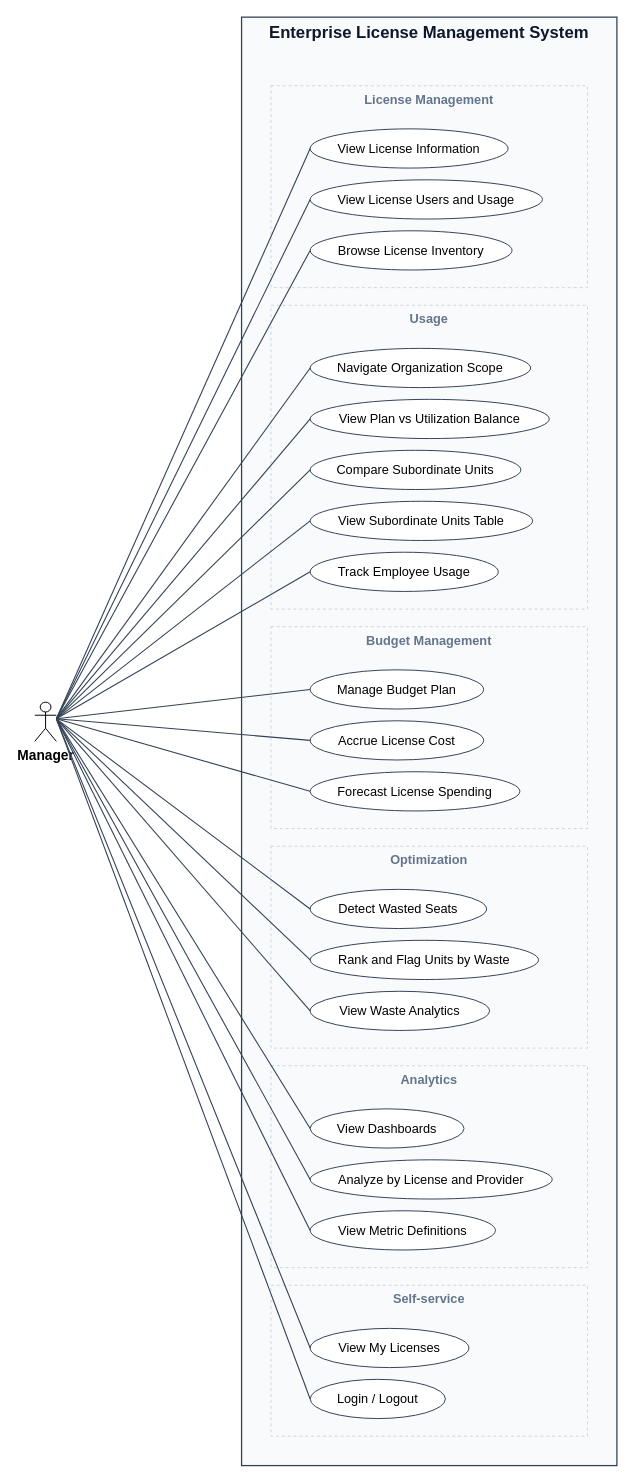
This is docs/diagrams/out/uc_manager.drawio from cuonglpv/VFast, a draw.io file, before an edit. Source tidied: cells renumbered, new cells numbered last; positions are measured from the earlier drawing's top-left corner, leaving out a move shared by most shapes. Both pictures are drawn from the tidied source at 98%, with x=0, y=0 at pixel (34, 17).
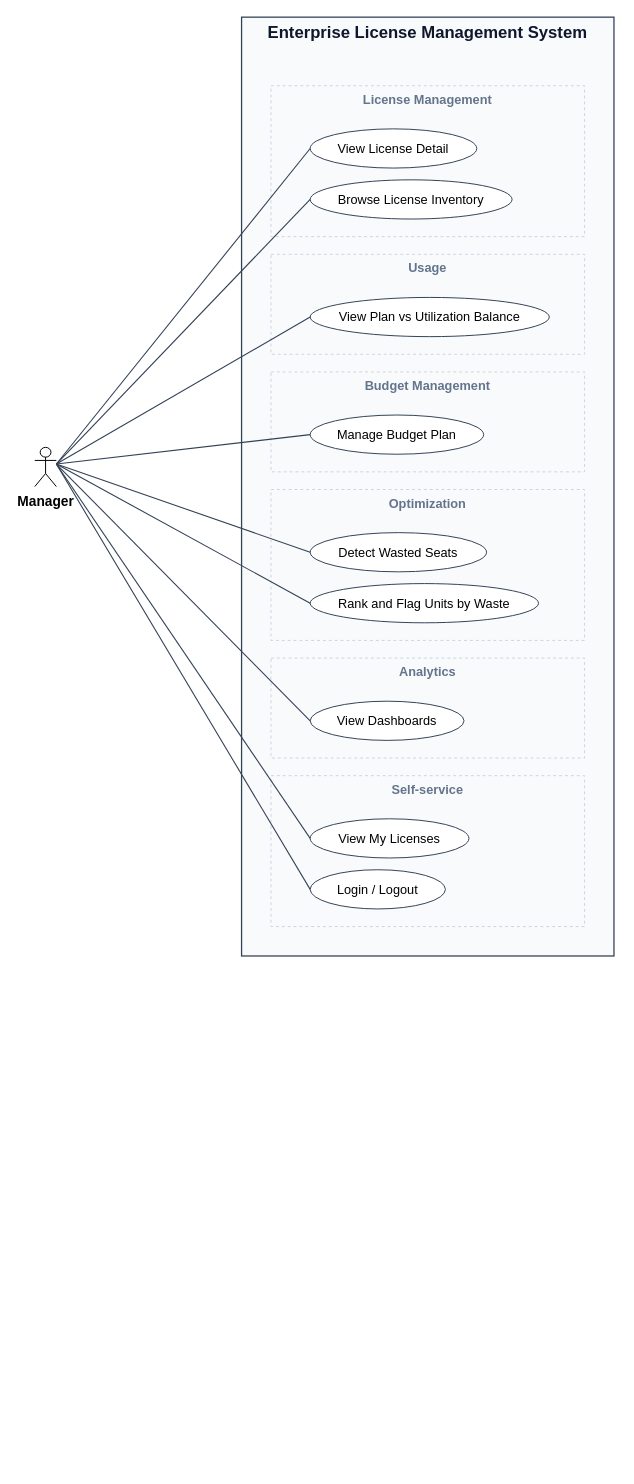
Above is the later version.

The edit, as a diff of the source:
```diff
@@
     <mxCell id="2" value="Enterprise License Management System" style="rounded=0;arcSize=0;absoluteArcSize=1;whiteSpace=wrap;html=1;fillColor=#F8FAFC;strokeColor=#334155;strokeWidth=1.3;fontSize=17;fontColor=#0f172a;align=center;verticalAlign=top;fontStyle=1;" parent="1" vertex="1">
-      <mxGeometry x="211" width="383" height="1478" as="geometry" />
+      <mxGeometry x="211" width="380" height="958" as="geometry" />
     </mxCell>
     <mxCell id="3" value="License Management" style="rounded=0;arcSize=0;absoluteArcSize=1;whiteSpace=wrap;html=1;fillColor=#F8FAFC;strokeColor=#CBD5E1;strokeWidth=1;fontSize=13;fontColor=#64748B;align=center;verticalAlign=top;dashed=1;fontStyle=1;" parent="1" vertex="1">
-      <mxGeometry x="241" y="70" width="323" height="206" as="geometry" />
+      <mxGeometry x="241" y="70" width="320" height="154" as="geometry" />
     </mxCell>
-    <mxCell id="4" value="View License Information" style="ellipse;whiteSpace=wrap;html=1;fillColor=#ffffff;strokeColor=#334155;fontSize=13;fontColor=#000000;" parent="1" vertex="1">
-      <mxGeometry x="281" y="114" width="202" height="40" as="geometry" />
+    <mxCell id="4" value="View License Detail" style="ellipse;whiteSpace=wrap;html=1;fillColor=#ffffff;strokeColor=#334155;fontSize=13;fontColor=#000000;" parent="1" vertex="1">
+      <mxGeometry x="281" y="114" width="170" height="40" as="geometry" />
     </mxCell>
-    <mxCell id="5" value="View License Users and Usage" style="ellipse;whiteSpace=wrap;html=1;fillColor=#ffffff;strokeColor=#334155;fontSize=13;fontColor=#000000;" parent="1" vertex="1">
-      <mxGeometry x="281" y="166" width="237" height="40" as="geometry" />
+    <mxCell id="5" value="Browse License Inventory" style="ellipse;whiteSpace=wrap;html=1;fillColor=#ffffff;strokeColor=#334155;fontSize=13;fontColor=#000000;" parent="1" vertex="1">
+      <mxGeometry x="281" y="166" width="206" height="40" as="geometry" />
     </mxCell>
-    <mxCell id="6" value="Browse License Inventory" style="ellipse;whiteSpace=wrap;html=1;fillColor=#ffffff;strokeColor=#334155;fontSize=13;fontColor=#000000;" parent="1" vertex="1">
-      <mxGeometry x="281" y="218" width="206" height="40" as="geometry" />
+    <mxCell id="6" value="Usage" style="rounded=0;arcSize=0;absoluteArcSize=1;whiteSpace=wrap;html=1;fillColor=#F8FAFC;strokeColor=#CBD5E1;strokeWidth=1;fontSize=13;fontColor=#64748B;align=center;verticalAlign=top;dashed=1;fontStyle=1;" parent="1" vertex="1">
+      <mxGeometry x="241" y="242" width="320" height="102" as="geometry" />
     </mxCell>
-    <mxCell id="7" value="Usage" style="rounded=0;arcSize=0;absoluteArcSize=1;whiteSpace=wrap;html=1;fillColor=#F8FAFC;strokeColor=#CBD5E1;strokeWidth=1;fontSize=13;fontColor=#64748B;align=center;verticalAlign=top;dashed=1;fontStyle=1;" parent="1" vertex="1">
-      <mxGeometry x="241" y="294" width="323" height="310" as="geometry" />
+    <mxCell id="7" value="View Plan vs Utilization Balance" style="ellipse;whiteSpace=wrap;html=1;fillColor=#ffffff;strokeColor=#334155;fontSize=13;fontColor=#000000;" parent="1" vertex="1">
+      <mxGeometry x="281" y="286" width="244" height="40" as="geometry" />
     </mxCell>
-    <mxCell id="8" value="Navigate Organization Scope" style="ellipse;whiteSpace=wrap;html=1;fillColor=#ffffff;strokeColor=#334155;fontSize=13;fontColor=#000000;" parent="1" vertex="1">
-      <mxGeometry x="281" y="338" width="225" height="40" as="geometry" />
+    <mxCell id="8" value="Budget Management" style="rounded=0;arcSize=0;absoluteArcSize=1;whiteSpace=wrap;html=1;fillColor=#F8FAFC;strokeColor=#CBD5E1;strokeWidth=1;fontSize=13;fontColor=#64748B;align=center;verticalAlign=top;dashed=1;fontStyle=1;" parent="1" vertex="1">
+      <mxGeometry x="241" y="362" width="320" height="102" as="geometry" />
     </mxCell>
-    <mxCell id="9" value="View Plan vs Utilization Balance" style="ellipse;whiteSpace=wrap;html=1;fillColor=#ffffff;strokeColor=#334155;fontSize=13;fontColor=#000000;" parent="1" vertex="1">
-      <mxGeometry x="281" y="390" width="244" height="40" as="geometry" />
+    <mxCell id="9" value="Manage Budget Plan" style="ellipse;whiteSpace=wrap;html=1;fillColor=#ffffff;strokeColor=#334155;fontSize=13;fontColor=#000000;" parent="1" vertex="1">
+      <mxGeometry x="281" y="406" width="177" height="40" as="geometry" />
     </mxCell>
-    <mxCell id="10" value="Compare Subordinate Units" style="ellipse;whiteSpace=wrap;html=1;fillColor=#ffffff;strokeColor=#334155;fontSize=13;fontColor=#000000;" parent="1" vertex="1">
-      <mxGeometry x="281" y="442" width="215" height="40" as="geometry" />
+    <mxCell id="10" value="Optimization" style="rounded=0;arcSize=0;absoluteArcSize=1;whiteSpace=wrap;html=1;fillColor=#F8FAFC;strokeColor=#CBD5E1;strokeWidth=1;fontSize=13;fontColor=#64748B;align=center;verticalAlign=top;dashed=1;fontStyle=1;" parent="1" vertex="1">
+      <mxGeometry x="241" y="482" width="320" height="154" as="geometry" />
     </mxCell>
-    <mxCell id="11" value="View Subordinate Units Table" style="ellipse;whiteSpace=wrap;html=1;fillColor=#ffffff;strokeColor=#334155;fontSize=13;fontColor=#000000;" parent="1" vertex="1">
-      <mxGeometry x="281" y="494" width="227" height="40" as="geometry" />
+    <mxCell id="11" value="Detect Wasted Seats" style="ellipse;whiteSpace=wrap;html=1;fillColor=#ffffff;strokeColor=#334155;fontSize=13;fontColor=#000000;" parent="1" vertex="1">
+      <mxGeometry x="281" y="526" width="180" height="40" as="geometry" />
     </mxCell>
-    <mxCell id="12" value="Track Employee Usage" style="ellipse;whiteSpace=wrap;html=1;fillColor=#ffffff;strokeColor=#334155;fontSize=13;fontColor=#000000;" parent="1" vertex="1">
-      <mxGeometry x="281" y="546" width="192" height="40" as="geometry" />
+    <mxCell id="12" value="Rank and Flag Units by Waste" style="ellipse;whiteSpace=wrap;html=1;fillColor=#ffffff;strokeColor=#334155;fontSize=13;fontColor=#000000;" parent="1" vertex="1">
+      <mxGeometry x="281" y="578" width="233" height="40" as="geometry" />
     </mxCell>
-    <mxCell id="13" value="Budget Management" style="rounded=0;arcSize=0;absoluteArcSize=1;whiteSpace=wrap;html=1;fillColor=#F8FAFC;strokeColor=#CBD5E1;strokeWidth=1;fontSize=13;fontColor=#64748B;align=center;verticalAlign=top;dashed=1;fontStyle=1;" parent="1" vertex="1">
-      <mxGeometry x="241" y="622" width="323" height="206" as="geometry" />
+    <mxCell id="13" value="Analytics" style="rounded=0;arcSize=0;absoluteArcSize=1;whiteSpace=wrap;html=1;fillColor=#F8FAFC;strokeColor=#CBD5E1;strokeWidth=1;fontSize=13;fontColor=#64748B;align=center;verticalAlign=top;dashed=1;fontStyle=1;" parent="1" vertex="1">
+      <mxGeometry x="241" y="654" width="320" height="102" as="geometry" />
     </mxCell>
-    <mxCell id="14" value="Manage Budget Plan" style="ellipse;whiteSpace=wrap;html=1;fillColor=#ffffff;strokeColor=#334155;fontSize=13;fontColor=#000000;" parent="1" vertex="1">
-      <mxGeometry x="281" y="666" width="177" height="40" as="geometry" />
+    <mxCell id="14" value="View Dashboards" style="ellipse;whiteSpace=wrap;html=1;fillColor=#ffffff;strokeColor=#334155;fontSize=13;fontColor=#000000;" parent="1" vertex="1">
+      <mxGeometry x="281" y="698" width="157" height="40" as="geometry" />
     </mxCell>
-    <mxCell id="15" value="Accrue License Cost" style="ellipse;whiteSpace=wrap;html=1;fillColor=#ffffff;strokeColor=#334155;fontSize=13;fontColor=#000000;" parent="1" vertex="1">
-      <mxGeometry x="281" y="718" width="177" height="40" as="geometry" />
+    <mxCell id="15" value="Self-service" style="rounded=0;arcSize=0;absoluteArcSize=1;whiteSpace=wrap;html=1;fillColor=#F8FAFC;strokeColor=#CBD5E1;strokeWidth=1;fontSize=13;fontColor=#64748B;align=center;verticalAlign=top;dashed=1;fontStyle=1;" parent="1" vertex="1">
+      <mxGeometry x="241" y="774" width="320" height="154" as="geometry" />
     </mxCell>
-    <mxCell id="16" value="Forecast License Spending" style="ellipse;whiteSpace=wrap;html=1;fillColor=#ffffff;strokeColor=#334155;fontSize=13;fontColor=#000000;" parent="1" vertex="1">
-      <mxGeometry x="281" y="770" width="214" height="40" as="geometry" />
+    <mxCell id="16" value="View My Licenses" style="ellipse;whiteSpace=wrap;html=1;fillColor=#ffffff;strokeColor=#334155;fontSize=13;fontColor=#000000;" parent="1" vertex="1">
+      <mxGeometry x="281" y="818" width="162" height="40" as="geometry" />
     </mxCell>
-    <mxCell id="17" value="Optimization" style="rounded=0;arcSize=0;absoluteArcSize=1;whiteSpace=wrap;html=1;fillColor=#F8FAFC;strokeColor=#CBD5E1;strokeWidth=1;fontSize=13;fontColor=#64748B;align=center;verticalAlign=top;dashed=1;fontStyle=1;" parent="1" vertex="1">
-      <mxGeometry x="241" y="846" width="323" height="206" as="geometry" />
+    <mxCell id="17" value="Login / Logout" style="ellipse;whiteSpace=wrap;html=1;fillColor=#ffffff;strokeColor=#334155;fontSize=13;fontColor=#000000;" parent="1" vertex="1">
+      <mxGeometry x="281" y="870" width="138" height="40" as="geometry" />
     </mxCell>
-    <mxCell id="18" value="Detect Wasted Seats" style="ellipse;whiteSpace=wrap;html=1;fillColor=#ffffff;strokeColor=#334155;fontSize=13;fontColor=#000000;" parent="1" vertex="1">
-      <mxGeometry x="281" y="890" width="180" height="40" as="geometry" />
+    <mxCell id="18" value="Manager" style="shape=umlActor;html=1;verticalLabelPosition=bottom;verticalAlign=top;labelPosition=center;align=center;fontSize=14;fontStyle=1;" parent="1" vertex="1">
+      <mxGeometry y="439" width="22" height="40" as="geometry" />
     </mxCell>
-    <mxCell id="19" value="Rank and Flag Units by Waste" style="ellipse;whiteSpace=wrap;html=1;fillColor=#ffffff;strokeColor=#334155;fontSize=13;fontColor=#000000;" parent="1" vertex="1">
-      <mxGeometry x="281" y="942" width="233" height="40" as="geometry" />
+    <mxCell id="19" style="html=1;rounded=0;endArrow=none;endFill=0;startArrow=none;startFill=0;strokeColor=#334155;strokeWidth=1.1;" parent="1" edge="1">
+      <mxGeometry relative="1" as="geometry">
+        <mxPoint x="22" y="456" as="sourcePoint" />
+        <mxPoint x="281" y="134" as="targetPoint" />
+      </mxGeometry>
     </mxCell>
-    <mxCell id="20" value="View Waste Analytics" style="ellipse;whiteSpace=wrap;html=1;fillColor=#ffffff;strokeColor=#334155;fontSize=13;fontColor=#000000;" parent="1" vertex="1">
-      <mxGeometry x="281" y="994" width="183" height="40" as="geometry" />
+    <mxCell id="20" style="html=1;rounded=0;endArrow=none;endFill=0;startArrow=none;startFill=0;strokeColor=#334155;strokeWidth=1.1;" parent="1" edge="1">
+      <mxGeometry relative="1" as="geometry">
+        <mxPoint x="22" y="456" as="sourcePoint" />
+        <mxPoint x="281" y="186" as="targetPoint" />
+      </mxGeometry>
     </mxCell>
-    <mxCell id="21" value="Analytics" style="rounded=0;arcSize=0;absoluteArcSize=1;whiteSpace=wrap;html=1;fillColor=#F8FAFC;strokeColor=#CBD5E1;strokeWidth=1;fontSize=13;fontColor=#64748B;align=center;verticalAlign=top;dashed=1;fontStyle=1;" parent="1" vertex="1">
-      <mxGeometry x="241" y="1070" width="323" height="206" as="geometry" />
+    <mxCell id="21" style="html=1;rounded=0;endArrow=none;endFill=0;startArrow=none;startFill=0;strokeColor=#334155;strokeWidth=1.1;" parent="1" edge="1">
+      <mxGeometry relative="1" as="geometry">
+        <mxPoint x="22" y="456" as="sourcePoint" />
+        <mxPoint x="281" y="306" as="targetPoint" />
+      </mxGeometry>
     </mxCell>
-    <mxCell id="22" value="View Dashboards" style="ellipse;whiteSpace=wrap;html=1;fillColor=#ffffff;strokeColor=#334155;fontSize=13;fontColor=#000000;" parent="1" vertex="1">
-      <mxGeometry x="281" y="1114" width="157" height="40" as="geometry" />
+    <mxCell id="22" style="html=1;rounded=0;endArrow=none;endFill=0;startArrow=none;startFill=0;strokeColor=#334155;strokeWidth=1.1;" parent="1" edge="1">
+      <mxGeometry relative="1" as="geometry">
+        <mxPoint x="22" y="456" as="sourcePoint" />
+        <mxPoint x="281" y="426" as="targetPoint" />
+      </mxGeometry>
     </mxCell>
-    <mxCell id="23" value="Analyze by License and Provider" style="ellipse;whiteSpace=wrap;html=1;fillColor=#ffffff;strokeColor=#334155;fontSize=13;fontColor=#000000;" parent="1" vertex="1">
-      <mxGeometry x="281" y="1166" width="247" height="40" as="geometry" />
+    <mxCell id="23" style="html=1;rounded=0;endArrow=none;endFill=0;startArrow=none;startFill=0;strokeColor=#334155;strokeWidth=1.1;" parent="1" edge="1">
+      <mxGeometry relative="1" as="geometry">
+        <mxPoint x="22" y="456" as="sourcePoint" />
+        <mxPoint x="281" y="546" as="targetPoint" />
+      </mxGeometry>
     </mxCell>
-    <mxCell id="24" value="View Metric Definitions" style="ellipse;whiteSpace=wrap;html=1;fillColor=#ffffff;strokeColor=#334155;fontSize=13;fontColor=#000000;" parent="1" vertex="1">
-      <mxGeometry x="281" y="1218" width="189" height="40" as="geometry" />
+    <mxCell id="24" style="html=1;rounded=0;endArrow=none;endFill=0;startArrow=none;startFill=0;strokeColor=#334155;strokeWidth=1.1;" parent="1" edge="1">
+      <mxGeometry relative="1" as="geometry">
+        <mxPoint x="22" y="456" as="sourcePoint" />
+        <mxPoint x="281" y="598" as="targetPoint" />
+      </mxGeometry>
     </mxCell>
-    <mxCell id="25" value="Self-service" style="rounded=0;arcSize=0;absoluteArcSize=1;whiteSpace=wrap;html=1;fillColor=#F8FAFC;strokeColor=#CBD5E1;strokeWidth=1;fontSize=13;fontColor=#64748B;align=center;verticalAlign=top;dashed=1;fontStyle=1;" parent="1" vertex="1">
-      <mxGeometry x="241" y="1294" width="323" height="154" as="geometry" />
+    <mxCell id="25" style="html=1;rounded=0;endArrow=none;endFill=0;startArrow=none;startFill=0;strokeColor=#334155;strokeWidth=1.1;" parent="1" edge="1">
+      <mxGeometry relative="1" as="geometry">
+        <mxPoint x="22" y="456" as="sourcePoint" />
+        <mxPoint x="281" y="718" as="targetPoint" />
+      </mxGeometry>
     </mxCell>
-    <mxCell id="26" value="View My Licenses" style="ellipse;whiteSpace=wrap;html=1;fillColor=#ffffff;strokeColor=#334155;fontSize=13;fontColor=#000000;" parent="1" vertex="1">
-      <mxGeometry x="281" y="1338" width="162" height="40" as="geometry" />
+    <mxCell id="26" style="html=1;rounded=0;endArrow=none;endFill=0;startArrow=none;startFill=0;strokeColor=#334155;strokeWidth=1.1;" parent="1" edge="1">
+      <mxGeometry relative="1" as="geometry">
+        <mxPoint x="22" y="456" as="sourcePoint" />
+        <mxPoint x="281" y="838" as="targetPoint" />
+      </mxGeometry>
     </mxCell>
-    <mxCell id="27" value="Login / Logout" style="ellipse;whiteSpace=wrap;html=1;fillColor=#ffffff;strokeColor=#334155;fontSize=13;fontColor=#000000;" parent="1" vertex="1">
-      <mxGeometry x="281" y="1390" width="138" height="40" as="geometry" />
+    <mxCell id="27" style="html=1;rounded=0;endArrow=none;endFill=0;startArrow=none;startFill=0;strokeColor=#334155;strokeWidth=1.1;" parent="1" edge="1">
+      <mxGeometry relative="1" as="geometry">
+        <mxPoint x="22" y="456" as="sourcePoint" />
+        <mxPoint x="281" y="890" as="targetPoint" />
+      </mxGeometry>
     </mxCell>
-    <mxCell id="28" value="Manager" style="shape=umlActor;html=1;verticalLabelPosition=bottom;verticalAlign=top;labelPosition=center;align=center;fontSize=14;fontStyle=1;" parent="1" vertex="1">
-      <mxGeometry y="699" width="22" height="40" as="geometry" />
-    </mxCell>
-    <mxCell id="29" style="html=1;rounded=0;endArrow=none;endFill=0;startArrow=none;startFill=0;strokeColor=#334155;strokeWidth=1.1;" parent="1" edge="1">
-      <mxGeometry relative="1" as="geometry">
-        <mxPoint x="22" y="716" as="sourcePoint" />
-        <mxPoint x="281" y="134" as="targetPoint" />
-      </mxGeometry>
-    </mxCell>
-    <mxCell id="30" style="html=1;rounded=0;endArrow=none;endFill=0;startArrow=none;startFill=0;strokeColor=#334155;strokeWidth=1.1;" parent="1" edge="1">
-      <mxGeometry relative="1" as="geometry">
-        <mxPoint x="22" y="716" as="sourcePoint" />
-        <mxPoint x="281" y="186" as="targetPoint" />
-      </mxGeometry>
-    </mxCell>
-    <mxCell id="31" style="html=1;rounded=0;endArrow=none;endFill=0;startArrow=none;startFill=0;strokeColor=#334155;strokeWidth=1.1;" parent="1" edge="1">
-      <mxGeometry relative="1" as="geometry">
-        <mxPoint x="22" y="716" as="sourcePoint" />
-        <mxPoint x="281" y="238" as="targetPoint" />
-      </mxGeometry>
-    </mxCell>
-    <mxCell id="32" style="html=1;rounded=0;endArrow=none;endFill=0;startArrow=none;startFill=0;strokeColor=#334155;strokeWidth=1.1;" parent="1" edge="1">
-      <mxGeometry relative="1" as="geometry">
-        <mxPoint x="22" y="716" as="sourcePoint" />
-        <mxPoint x="281" y="358" as="targetPoint" />
-      </mxGeometry>
-    </mxCell>
-    <mxCell id="33" style="html=1;rounded=0;endArrow=none;endFill=0;startArrow=none;startFill=0;strokeColor=#334155;strokeWidth=1.1;" parent="1" edge="1">
-      <mxGeometry relative="1" as="geometry">
-        <mxPoint x="22" y="716" as="sourcePoint" />
-        <mxPoint x="281" y="410" as="targetPoint" />
-      </mxGeometry>
-    </mxCell>
-    <mxCell id="34" style="html=1;rounded=0;endArrow=none;endFill=0;startArrow=none;startFill=0;strokeColor=#334155;strokeWidth=1.1;" parent="1" edge="1">
-      <mxGeometry relative="1" as="geometry">
-        <mxPoint x="22" y="716" as="sourcePoint" />
-        <mxPoint x="281" y="462" as="targetPoint" />
-      </mxGeometry>
-    </mxCell>
-    <mxCell id="35" style="html=1;rounded=0;endArrow=none;endFill=0;startArrow=none;startFill=0;strokeColor=#334155;strokeWidth=1.1;" parent="1" edge="1">
-      <mxGeometry relative="1" as="geometry">
-        <mxPoint x="22" y="716" as="sourcePoint" />
-        <mxPoint x="281" y="514" as="targetPoint" />
-      </mxGeometry>
-    </mxCell>
-    <mxCell id="36" style="html=1;rounded=0;endArrow=none;endFill=0;startArrow=none;startFill=0;strokeColor=#334155;strokeWidth=1.1;" parent="1" edge="1">
-      <mxGeometry relative="1" as="geometry">
-        <mxPoint x="22" y="716" as="sourcePoint" />
-        <mxPoint x="281" y="566" as="targetPoint" />
-      </mxGeometry>
-    </mxCell>
-    <mxCell id="37" style="html=1;rounded=0;endArrow=none;endFill=0;startArrow=none;startFill=0;strokeColor=#334155;strokeWidth=1.1;" parent="1" edge="1">
-      <mxGeometry relative="1" as="geometry">
-        <mxPoint x="22" y="716" as="sourcePoint" />
-        <mxPoint x="281" y="686" as="targetPoint" />
-      </mxGeometry>
-    </mxCell>
-    <mxCell id="38" style="html=1;rounded=0;endArrow=none;endFill=0;startArrow=none;startFill=0;strokeColor=#334155;strokeWidth=1.1;" parent="1" edge="1">
-      <mxGeometry relative="1" as="geometry">
-        <mxPoint x="22" y="716" as="sourcePoint" />
-        <mxPoint x="281" y="738" as="targetPoint" />
-      </mxGeometry>
-    </mxCell>
-    <mxCell id="39" style="html=1;rounded=0;endArrow=none;endFill=0;startArrow=none;startFill=0;strokeColor=#334155;strokeWidth=1.1;" parent="1" edge="1">
-      <mxGeometry relative="1" as="geometry">
-        <mxPoint x="22" y="716" as="sourcePoint" />
-        <mxPoint x="281" y="790" as="targetPoint" />
-      </mxGeometry>
-    </mxCell>
-    <mxCell id="40" style="html=1;rounded=0;endArrow=none;endFill=0;startArrow=none;startFill=0;strokeColor=#334155;strokeWidth=1.1;" parent="1" edge="1">
-      <mxGeometry relative="1" as="geometry">
-        <mxPoint x="22" y="716" as="sourcePoint" />
-        <mxPoint x="281" y="910" as="targetPoint" />
-      </mxGeometry>
-    </mxCell>
-    <mxCell id="41" style="html=1;rounded=0;endArrow=none;endFill=0;startArrow=none;startFill=0;strokeColor=#334155;strokeWidth=1.1;" parent="1" edge="1">
-      <mxGeometry relative="1" as="geometry">
-        <mxPoint x="22" y="716" as="sourcePoint" />
-        <mxPoint x="281" y="962" as="targetPoint" />
-      </mxGeometry>
-    </mxCell>
-    <mxCell id="42" style="html=1;rounded=0;endArrow=none;endFill=0;startArrow=none;startFill=0;strokeColor=#334155;strokeWidth=1.1;" parent="1" edge="1">
-      <mxGeometry relative="1" as="geometry">
-        <mxPoint x="22" y="716" as="sourcePoint" />
-        <mxPoint x="281" y="1014" as="targetPoint" />
-      </mxGeometry>
-    </mxCell>
-    <mxCell id="43" style="html=1;rounded=0;endArrow=none;endFill=0;startArrow=none;startFill=0;strokeColor=#334155;strokeWidth=1.1;" parent="1" edge="1">
-      <mxGeometry relative="1" as="geometry">
-        <mxPoint x="22" y="716" as="sourcePoint" />
-        <mxPoint x="281" y="1134" as="targetPoint" />
-      </mxGeometry>
-    </mxCell>
-    <mxCell id="44" style="html=1;rounded=0;endArrow=none;endFill=0;startArrow=none;startFill=0;strokeColor=#334155;strokeWidth=1.1;" parent="1" edge="1">
-      <mxGeometry relative="1" as="geometry">
-        <mxPoint x="22" y="716" as="sourcePoint" />
-        <mxPoint x="281" y="1186" as="targetPoint" />
-      </mxGeometry>
-    </mxCell>
-    <mxCell id="45" style="html=1;rounded=0;endArrow=none;endFill=0;startArrow=none;startFill=0;strokeColor=#334155;strokeWidth=1.1;" parent="1" edge="1">
-      <mxGeometry relative="1" as="geometry">
-        <mxPoint x="22" y="716" as="sourcePoint" />
-        <mxPoint x="281" y="1238" as="targetPoint" />
-      </mxGeometry>
-    </mxCell>
-    <mxCell id="46" style="html=1;rounded=0;endArrow=none;endFill=0;startArrow=none;startFill=0;strokeColor=#334155;strokeWidth=1.1;" parent="1" edge="1">
-      <mxGeometry relative="1" as="geometry">
-        <mxPoint x="22" y="716" as="sourcePoint" />
-        <mxPoint x="281" y="1358" as="targetPoint" />
-      </mxGeometry>
-    </mxCell>
-    <mxCell id="47" style="html=1;rounded=0;endArrow=none;endFill=0;startArrow=none;startFill=0;strokeColor=#334155;strokeWidth=1.1;" parent="1" edge="1">
-      <mxGeometry relative="1" as="geometry">
-        <mxPoint x="22" y="716" as="sourcePoint" />
-        <mxPoint x="281" y="1410" as="targetPoint" />
-      </mxGeometry>
-    </mxCell>
```
